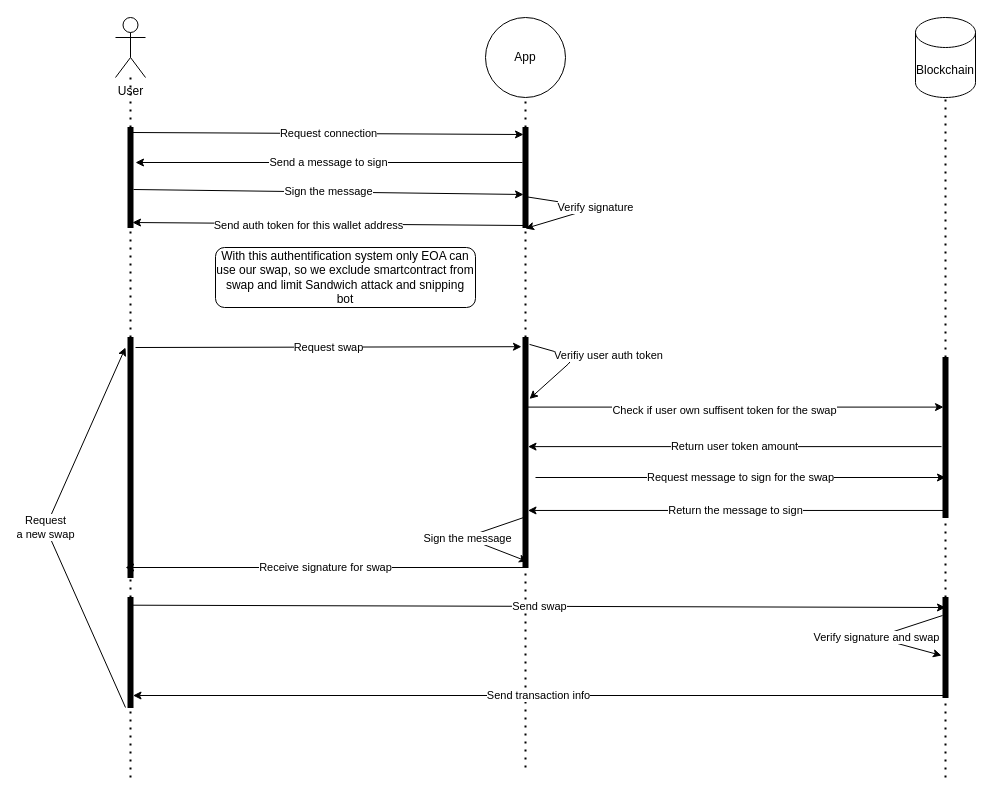
youtpout/SecureSwap keeps this draw.io diagram as schema.drawio. Above is the earlier version. Source tidied: cells renumbered, new cells numbered last; positions are measured from the earlier drawing's top-left corner, leaving out a move shared by most shapes. Both pictures are drawn from the tidied source at 100%, with x=0, y=0 at pixel (45, 17).
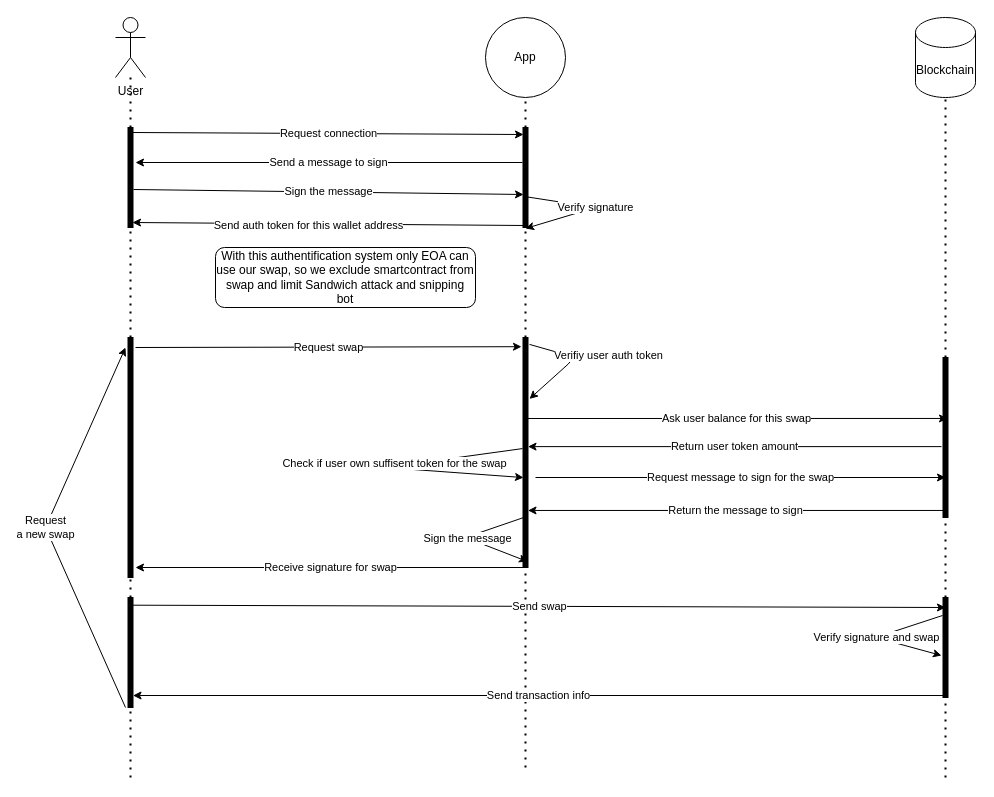
The same diagram, later.

The change refers to these unchanged cells:
```xml
<mxCell id="21" style="html=1;points=[];perimeter=orthogonalPerimeter;fillColor=strokeColor;" parent="1" vertex="1">
  <mxGeometry x="477.5" y="320" width="5" height="230" as="geometry" />
</mxCell>
<mxCell id="23" style="html=1;points=[];perimeter=orthogonalPerimeter;fillColor=strokeColor;" parent="1" vertex="1">
  <mxGeometry x="897.5" y="340" width="5" height="160" as="geometry" />
</mxCell>
```

Diff of the diagram source:
```diff
@@
-    <mxCell id="27" style="endArrow=classic;html=1;entryX=0.1;entryY=0.31;entryDx=0;entryDy=0;entryPerimeter=0;" parent="1" edge="1" source="21" target="23">
-      <mxGeometry relative="1" as="geometry" />
+    <mxCell id="27" style="endArrow=classic;html=1;entryX=0.1;entryY=0.609;entryDx=0;entryDy=0;entryPerimeter=0;exitX=-0.1;exitY=0.483;exitDx=0;exitDy=0;exitPerimeter=0;" parent="1" edge="1" source="21" target="21">
+      <mxGeometry relative="1" as="geometry">
+        <Array as="points">
+          <mxPoint x="340" y="450" />
+        </Array>
+      </mxGeometry>
     </mxCell>
@@
     <mxCell id="33" value="Receive signature for swap" style="endArrow=classic;html=1;exitX=0.5;exitY=1;exitDx=0;exitDy=0;exitPerimeter=0;" parent="1" edge="1" source="21">
       <mxGeometry relative="1" as="geometry">
-        <mxPoint x="80" y="550" as="targetPoint" />
+        <mxPoint x="90" y="550" as="targetPoint" />
       </mxGeometry>
     </mxCell>
@@
+    <mxCell id="42" value="Ask user balance for this swap" style="endArrow=classic;html=1;entryX=0.9;entryY=0.381;entryDx=0;entryDy=0;entryPerimeter=0;" parent="1" edge="1" target="23">
+      <mxGeometry relative="1" as="geometry">
+        <mxPoint x="480" y="401" as="sourcePoint" />
+      </mxGeometry>
+    </mxCell>
```
